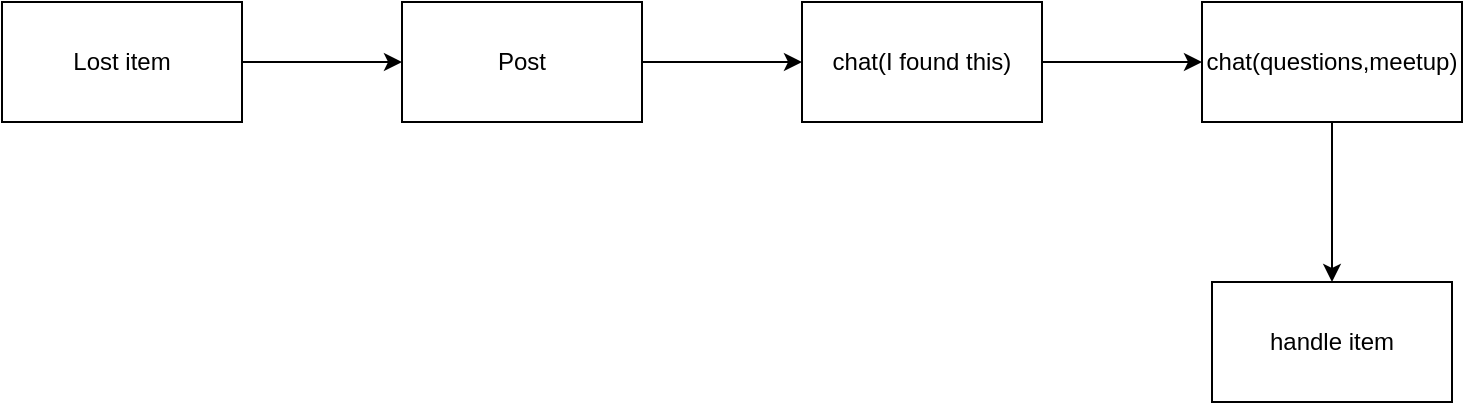
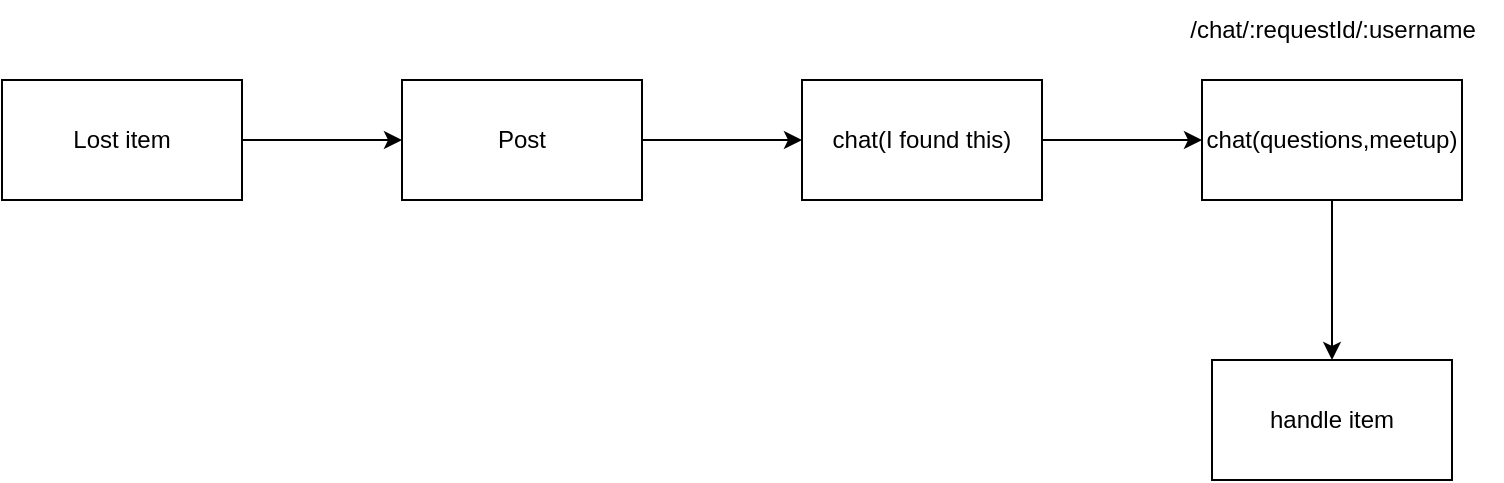
<mxfile host="65bd71144e">
    <diagram id="sjTv0YCN3FJlPjP7VC1Z" name="Page-1">
-         <mxGraphModel dx="870" dy="475" grid="1" gridSize="10" guides="1" tooltips="1" connect="1" arrows="1" fold="1" page="1" pageScale="1" pageWidth="850" pageHeight="1100" math="0" shadow="0">
+         <mxGraphModel dx="1072" dy="475" grid="1" gridSize="10" guides="1" tooltips="1" connect="1" arrows="1" fold="1" page="1" pageScale="1" pageWidth="850" pageHeight="1100" math="0" shadow="0">
            <root>
                <mxCell id="0"/>
                <mxCell id="1" parent="0"/>
-                 <mxCell id="64" value="" style="edgeStyle=none;html=1;" edge="1" parent="1" source="62" target="63">
+                 <mxCell id="64" value="" style="edgeStyle=none;html=1;" parent="1" source="62" target="63" edge="1">
                    <mxGeometry relative="1" as="geometry"/>
                </mxCell>
-                 <mxCell id="62" value="Lost item" style="whiteSpace=wrap;html=1;" vertex="1" parent="1">
+                 <mxCell id="62" value="Lost item" style="whiteSpace=wrap;html=1;" parent="1" vertex="1">
                    <mxGeometry x="200" y="80" width="120" height="60" as="geometry"/>
                </mxCell>
-                 <mxCell id="66" value="" style="edgeStyle=none;html=1;" edge="1" parent="1" source="63" target="65">
+                 <mxCell id="66" value="" style="edgeStyle=none;html=1;" parent="1" source="63" target="65" edge="1">
                    <mxGeometry relative="1" as="geometry"/>
                </mxCell>
-                 <mxCell id="63" value="Post" style="whiteSpace=wrap;html=1;" vertex="1" parent="1">
+                 <mxCell id="63" value="Post" style="whiteSpace=wrap;html=1;" parent="1" vertex="1">
                    <mxGeometry x="400" y="80" width="120" height="60" as="geometry"/>
                </mxCell>
-                 <mxCell id="68" value="" style="edgeStyle=none;html=1;" edge="1" parent="1" source="65" target="67">
+                 <mxCell id="68" value="" style="edgeStyle=none;html=1;" parent="1" source="65" target="67" edge="1">
                    <mxGeometry relative="1" as="geometry"/>
                </mxCell>
-                 <mxCell id="65" value="chat(I found this)" style="whiteSpace=wrap;html=1;" vertex="1" parent="1">
+                 <mxCell id="65" value="chat(I found this)" style="whiteSpace=wrap;html=1;" parent="1" vertex="1">
                    <mxGeometry x="600" y="80" width="120" height="60" as="geometry"/>
                </mxCell>
-                 <mxCell id="70" value="" style="edgeStyle=none;html=1;" edge="1" parent="1" source="67" target="69">
+                 <mxCell id="70" value="" style="edgeStyle=none;html=1;" parent="1" source="67" target="69" edge="1">
                    <mxGeometry relative="1" as="geometry"/>
                </mxCell>
-                 <mxCell id="67" value="chat(questions,meetup)" style="whiteSpace=wrap;html=1;" vertex="1" parent="1">
+                 <mxCell id="67" value="chat(questions,meetup)" style="whiteSpace=wrap;html=1;" parent="1" vertex="1">
                    <mxGeometry x="800" y="80" width="130" height="60" as="geometry"/>
                </mxCell>
-                 <mxCell id="69" value="handle item" style="whiteSpace=wrap;html=1;" vertex="1" parent="1">
+                 <mxCell id="69" value="handle item" style="whiteSpace=wrap;html=1;" parent="1" vertex="1">
                    <mxGeometry x="805" y="220" width="120" height="60" as="geometry"/>
+                 </mxCell>
+                 <mxCell id="71" value="/chat/:requestId/:username" style="text;html=1;align=center;verticalAlign=middle;resizable=0;points=[];autosize=1;strokeColor=none;fillColor=none;" vertex="1" parent="1">
+                     <mxGeometry x="780" y="40" width="170" height="30" as="geometry"/>
                </mxCell>
            </root>
        </mxGraphModel>
    </diagram>
</mxfile>